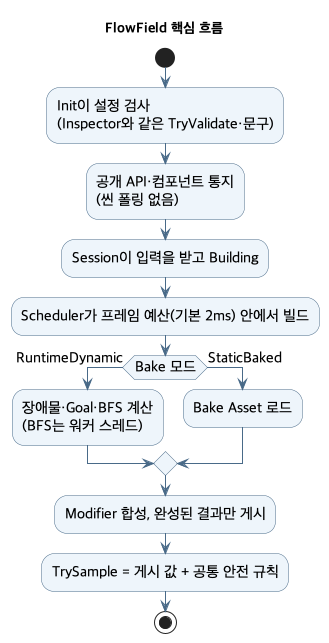
This is ToyProject/Assets/_FlowField/Docs/Images/flowfield-uml.png from youwonsock/tool-unity-editor, a PlantUML export, as it was before one commit.
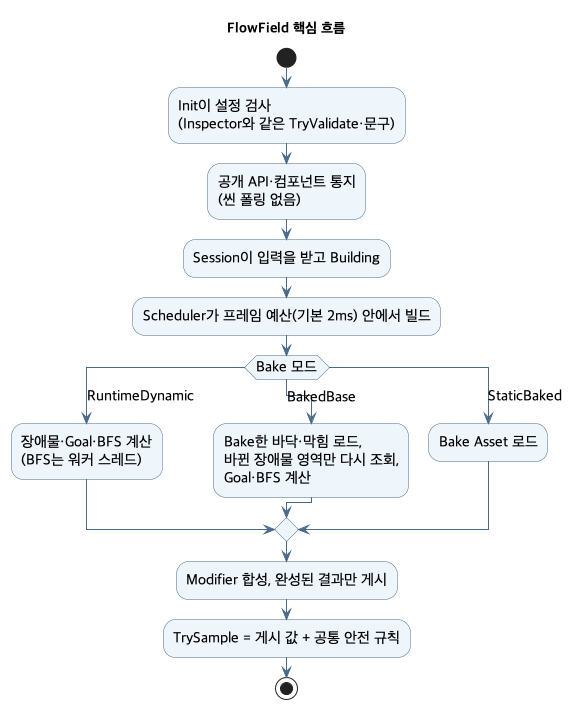
After the commit.

What changed in the source:
```diff
@@ -14,11 +14,14 @@
 :공개 API·컴포넌트 통지\n(씬 폴링 없음);
 :Session이 입력을 받고 Building;
 :Scheduler가 프레임 예산(기본 2ms) 안에서 빌드;
-if (Bake 모드) then (RuntimeDynamic)
+switch (Bake 모드)
+case (RuntimeDynamic)
   :장애물·Goal·BFS 계산\n(BFS는 워커 스레드);
-else (StaticBaked)
+case (BakedBase)
+  :Bake한 바닥·막힘 로드,\n바뀐 장애물 영역만 다시 조회,\nGoal·BFS 계산;
+case (StaticBaked)
   :Bake Asset 로드;
-endif
+endswitch
 :Modifier 합성, 완성된 결과만 게시;
 :TrySample = 게시 값 + 공통 안전 규칙;
 stop
```
